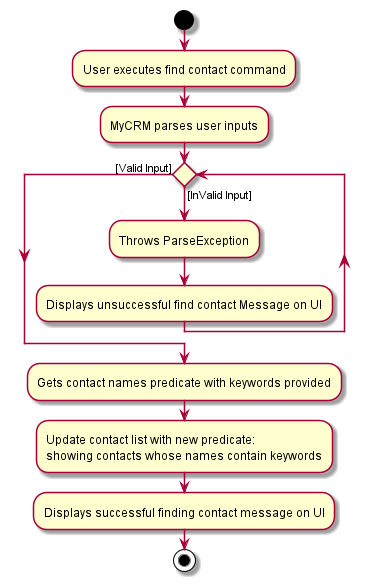
This is docs/images/contact/FindContactActivityDiagram.png from ooawagaeri/tp, a PlantUML export, as it was before one commit.
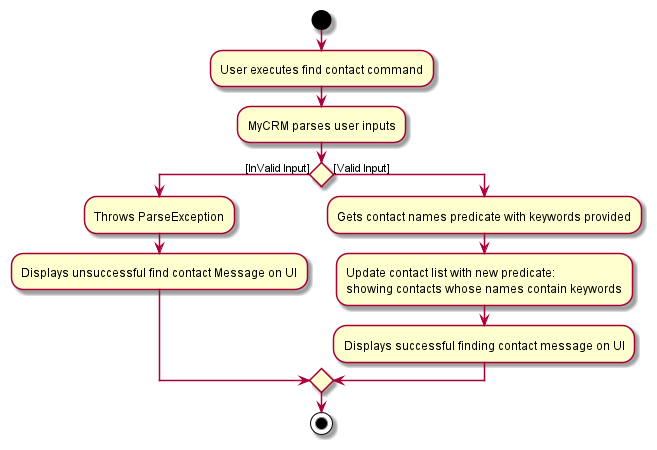
The same diagram one commit later.

Diff of the diagram source:
```diff
@@ -2,13 +2,14 @@
 start
 :User executes find contact command;
 :MyCRM parses user inputs;
-while () is ([InValid Input])
+if () then ([InValid Input])
     :Throws ParseException;
     :Displays unsuccessful find contact Message on UI;
-endwhile ([Valid Input])
+else ([Valid Input])
 :Gets contact names predicate with keywords provided;
 :Update contact list with new predicate:
 showing contacts whose names contain keywords;
 :Displays successful finding contact message on UI;
+endif
 stop
 @enduml
```
